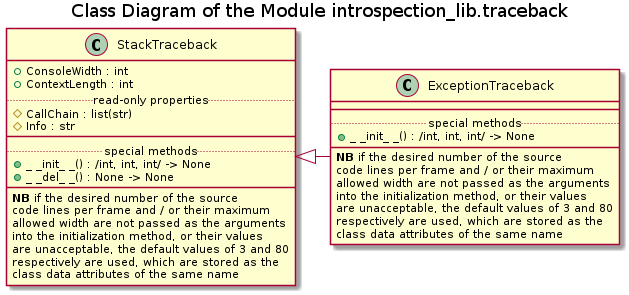
Earlier version of the PlantUML export Documentation/UML/traceback/traceback_classes.png (FooBarShebang/introspection_lib). Source of this version:
```plantuml
@startuml traceback_classes

title Class Diagram of the Module introspection_lib.traceback

!ifndef CLASSES
!include ../Templates/Classes.cuml
!endif

!ifndef TRACEBACK_STACKTRACEBACK
!include ./StackTraceback.iuml
!endif

!ifndef TRACEBACK_EXCEPTIONTRACEBACK
!include ./ExceptionTraceback.iuml
!endif

StackTraceback <|- ExceptionTraceback

@enduml
```
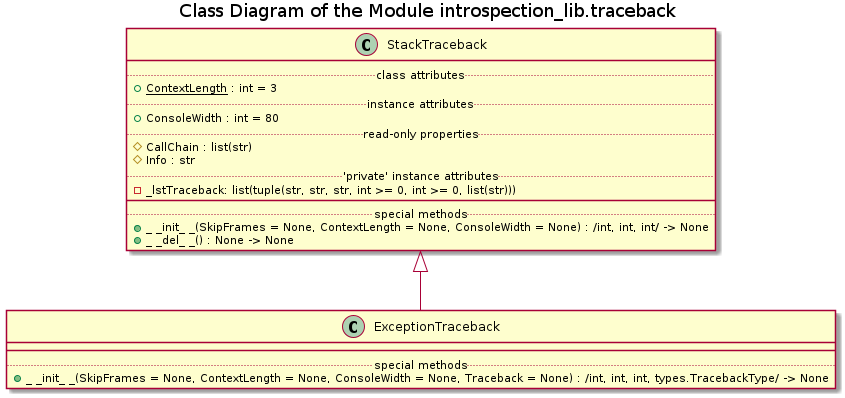
Above is the later version.

Diff of the diagram source:
```diff
@@ -2,18 +2,46 @@
 
 title Class Diagram of the Module introspection_lib.traceback
 
-!ifndef CLASSES
-!include ../Templates/Classes.cuml
-!endif
 
-!ifndef TRACEBACK_STACKTRACEBACK
-!include ./StackTraceback.iuml
-!endif
 
-!ifndef TRACEBACK_EXCEPTIONTRACEBACK
-!include ./ExceptionTraceback.iuml
-!endif
 
-StackTraceback <|- ExceptionTraceback
+
+
+
+
+
+
+
+
+
+
+
+
+
+class StackTraceback {
+    ..class attributes..
+    + {field} <u>ContextLength</u> : int = 3
+    ..instance attributes..
+    + ConsoleWidth : int = 80
+    ..read-only properties..
+    # {field} CallChain : list(str)
+    # Info : str
+    ..'private' instance attributes..
+    - {field} _lstTraceback: list(tuple(str, str, str, int >= 0, int >= 0, list(str)))
+    ___
+    ..special methods..
+    + _ _init_ _(SkipFrames = None, ContextLength = None, ConsoleWidth = None) : /int, int, int/ -> None
+    + _ _del_ _() : None -> None
+}
+
+
+
+class ExceptionTraceback {
+    ___
+    ..special methods..
+    + _ _init_ _(SkipFrames = None, ContextLength = None, ConsoleWidth = None, Traceback = None) : /int, int, int, types.TracebackType/ -> None
+}
+
+StackTraceback <|-- ExceptionTraceback
 
 @enduml
```
